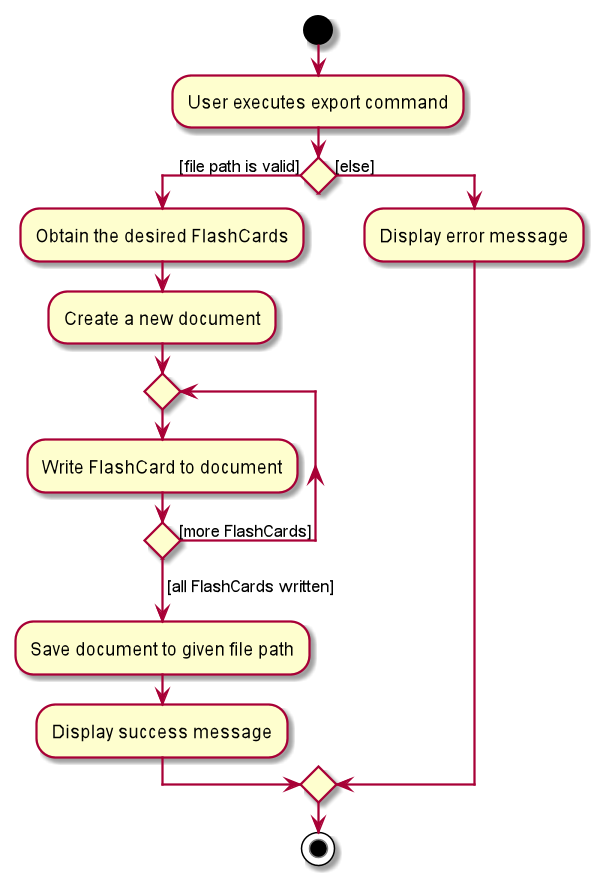
The PlantUML diagram docs/images/ExportActivityDiagram.png in nus-cs2103-AY1920S1/addressbook-level3, before a commit.
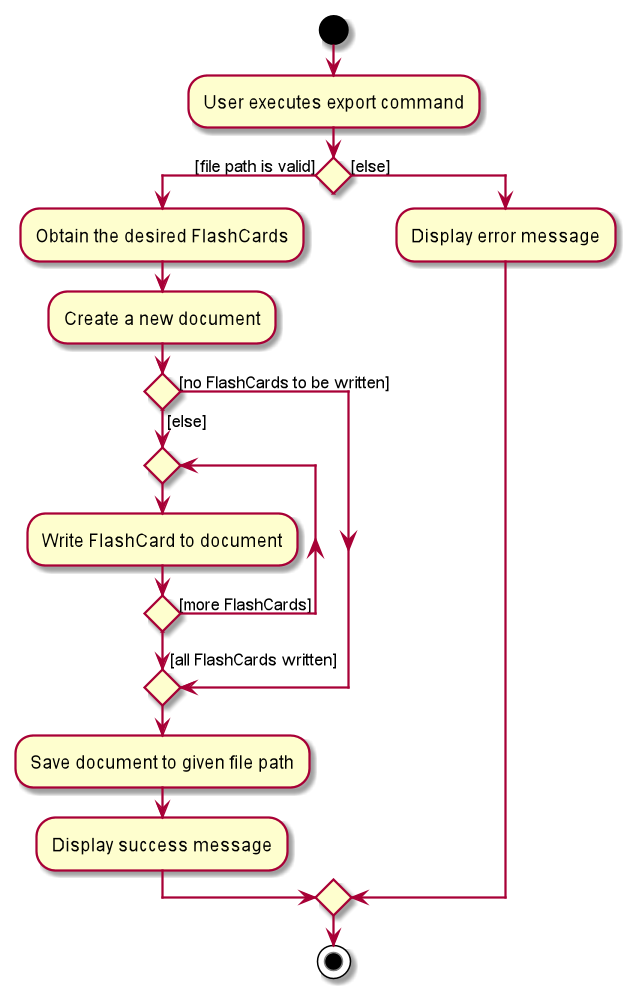
After the change.

Commit message:
Update export activity diagram to fix hole in logic

What changed in the source:
```diff
@@ -6,10 +6,13 @@
 if () then ([file path is valid])
     :Obtain the desired FlashCards;
     :Create a new document;
-    repeat
-        :Write FlashCard to document;
-    repeat while () is ([more FlashCards])
-    ->[all FlashCards written];
+    if () then ([else])
+        repeat
+            :Write FlashCard to document;
+        repeat while () is ([more FlashCards])
+        ->[all FlashCards written];
+    else ([no FlashCards to be written])
+    endif
     :Save document to given file path;
     :Display success message;
 else ([else])
```
